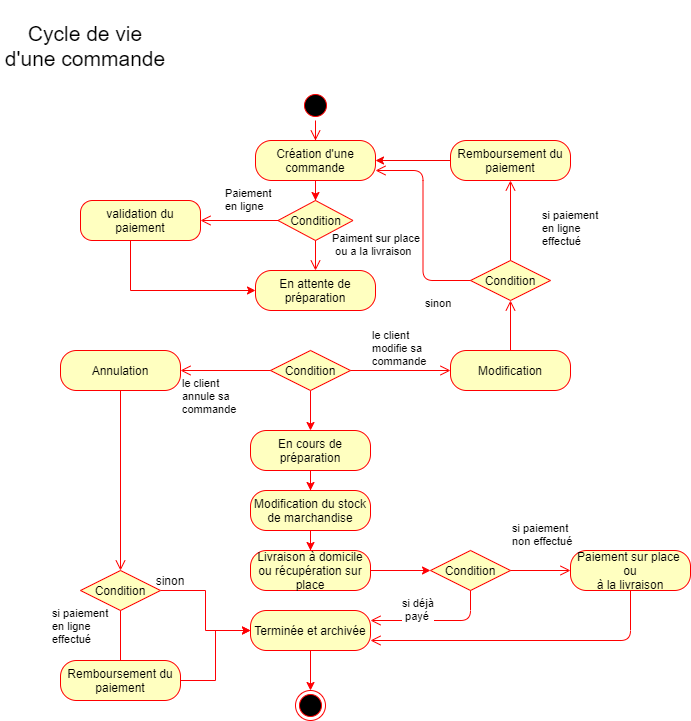
The draw.io diagram P4_04_DActivité (1).png in Blankxx420/Projet4, before a commit. Source tidied: cells renumbered, new cells last; positions are measured from the earlier drawing's top-left corner, leaving out a move shared by most shapes.
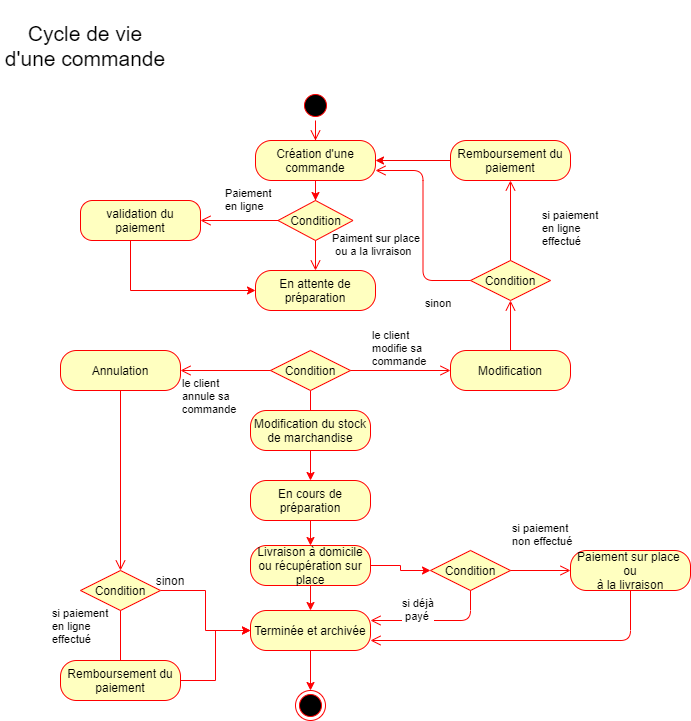
Later version of the same file.

The edit, as a diff of the source:
```diff
@@ -85,23 +85,23 @@
     <mxCell id="26" style="edgeStyle=orthogonalEdgeStyle;html=1;verticalAlign=bottom;endArrow=open;endSize=8;strokeColor=#ff0000;entryX=0.5;entryY=0;entryDx=0;entryDy=0;" parent="1" edge="1" source="25" target="34">
       <mxGeometry relative="1" as="geometry" />
     </mxCell>
-    <mxCell id="27" style="edgeStyle=orthogonalEdgeStyle;rounded=0;jettySize=auto;html=1;strokeColor=#FF0005;" parent="1" edge="1" source="28" target="30">
-      <mxGeometry relative="1" as="geometry" />
-    </mxCell>
+    <mxCell id="47" style="edgeStyle=orthogonalEdgeStyle;rounded=0;jettySize=auto;html=1;exitX=0.5;exitY=1;exitDx=0;exitDy=0;fillColor=#f8cecc;strokeColor=#FC0808;" parent="1" edge="1" source="28" target="32">
+      <mxGeometry relative="1" as="geometry" />
+    </mxCell>
     <mxCell id="28" value="En cours de préparation" style="rounded=1;whiteSpace=wrap;html=1;arcSize=40;fontColor=#000000;fillColor=#ffffc0;strokeColor=#ff0000;" parent="1" vertex="1">
-      <mxGeometry x="250" y="430" width="120" height="40" as="geometry" />
+      <mxGeometry x="250" y="480" width="120" height="40" as="geometry" />
     </mxCell>
-    <mxCell id="29" style="edgeStyle=orthogonalEdgeStyle;rounded=0;jettySize=auto;html=1;strokeColor=#FF0005;" parent="1" edge="1" source="30" target="32">
-      <mxGeometry relative="1" as="geometry" />
-    </mxCell>
     <mxCell id="30" value="Modification du stock de marchandise" style="rounded=1;whiteSpace=wrap;html=1;arcSize=40;fontColor=#000000;fillColor=#ffffc0;strokeColor=#ff0000;" parent="1" vertex="1">
-      <mxGeometry x="250" y="490" width="120" height="40" as="geometry" />
+      <mxGeometry x="250" y="410" width="120" height="40" as="geometry" />
     </mxCell>
     <mxCell id="31" style="edgeStyle=orthogonalEdgeStyle;rounded=0;jettySize=auto;html=1;strokeColor=#FF0005;" parent="1" edge="1" source="32" target="40">
       <mxGeometry relative="1" as="geometry" />
     </mxCell>
+    <mxCell id="48" style="edgeStyle=orthogonalEdgeStyle;rounded=0;jettySize=auto;html=1;exitX=0.5;exitY=1;exitDx=0;exitDy=0;entryX=0.5;entryY=0;entryDx=0;entryDy=0;strokeColor=#FC0808;" parent="1" edge="1" source="32" target="36">
+      <mxGeometry relative="1" as="geometry" />
+    </mxCell>
     <mxCell id="32" value="Livraison à domicile ou récupération sur place" style="rounded=1;whiteSpace=wrap;html=1;arcSize=40;fontColor=#000000;fillColor=#ffffc0;strokeColor=#ff0000;" parent="1" vertex="1">
-      <mxGeometry x="250" y="550" width="120" height="40" as="geometry" />
+      <mxGeometry x="250" y="545" width="120" height="40" as="geometry" />
     </mxCell>
     <mxCell id="33" style="edgeStyle=orthogonalEdgeStyle;rounded=0;jettySize=auto;html=1;exitX=1;exitY=0.5;exitDx=0;exitDy=0;strokeColor=#FF0005;" parent="1" edge="1" source="34" target="36">
       <mxGeometry relative="1" as="geometry" />
```
